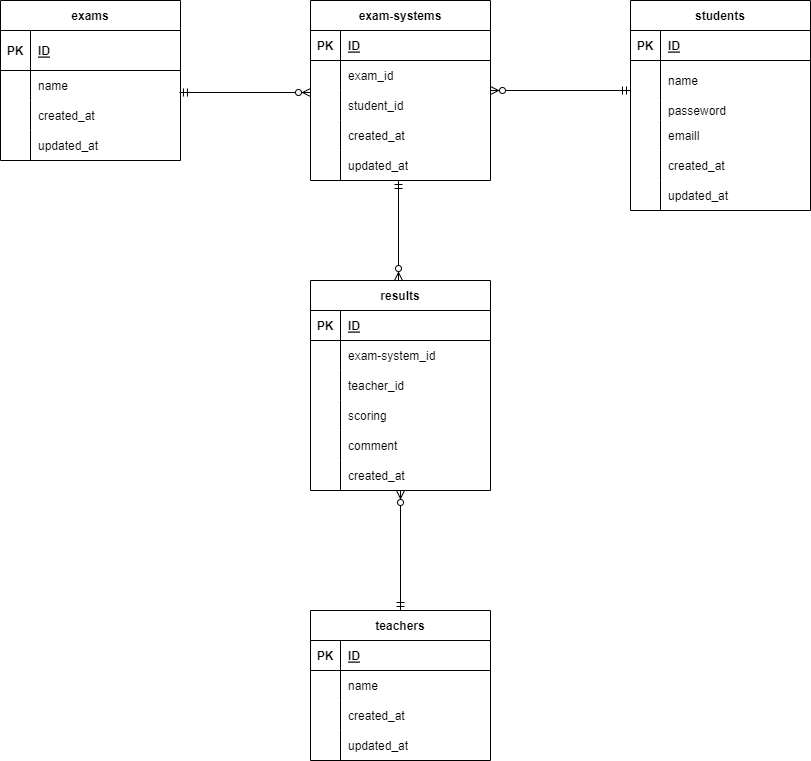
The draw.io diagram index.drawio.png in gaku25/ER-Task, before a commit. Source tidied: cells renumbered, new cells last; positions are measured from the earlier drawing's top-left corner, leaving out a move shared by most shapes. Source of this version:
```xml
<mxGraphModel>
  <root>
    <mxCell id="0" />
    <mxCell id="1" parent="0" />
    <mxCell id="2" value="students" style="shape=table;startSize=30;rowLines=0;fontStyle=1;align=center;" parent="1" vertex="1">
      <mxGeometry x="630" width="180" height="210" as="geometry" />
    </mxCell>
    <mxCell id="3" style="shape=tableRow;horizontal=0;startSize=0;swimlaneHead=0;swimlaneBody=0;fillColor=none;top=0;left=0;right=0;bottom=1;" parent="2" vertex="1">
      <mxGeometry y="30" width="180" height="30" as="geometry" />
    </mxCell>
    <mxCell id="4" value="PK" style="shape=partialRectangle;fillColor=none;top=0;left=0;bottom=0;right=0;fontStyle=1;overflow=hidden;" parent="3" vertex="1">
      <mxGeometry width="30" height="30" as="geometry" />
    </mxCell>
    <mxCell id="5" value="ID" style="shape=partialRectangle;fillColor=none;top=0;left=0;bottom=0;right=0;align=left;spacingLeft=6;fontStyle=5;overflow=hidden;" parent="3" vertex="1">
      <mxGeometry x="30" width="150" height="30" as="geometry" />
    </mxCell>
    <mxCell id="6" style="shape=tableRow;horizontal=0;startSize=0;swimlaneHead=0;swimlaneBody=0;fillColor=none;top=0;left=0;right=0;bottom=0;" parent="2" vertex="1">
      <mxGeometry y="60" width="180" height="40" as="geometry" />
    </mxCell>
    <mxCell id="7" style="shape=partialRectangle;fillColor=none;top=0;left=0;bottom=0;right=0;overflow=hidden;" parent="6" vertex="1">
      <mxGeometry width="30" height="40" as="geometry" />
    </mxCell>
    <mxCell id="8" value="name" style="shape=partialRectangle;fillColor=none;top=0;left=0;bottom=0;right=0;align=left;spacingLeft=6;overflow=hidden;" parent="6" vertex="1">
      <mxGeometry x="30" width="150" height="40" as="geometry" />
    </mxCell>
    <mxCell id="9" style="shape=tableRow;horizontal=0;startSize=0;swimlaneHead=0;swimlaneBody=0;fillColor=none;top=0;left=0;right=0;bottom=0;" parent="2" vertex="1">
      <mxGeometry y="100" width="180" height="20" as="geometry" />
    </mxCell>
    <mxCell id="10" style="shape=partialRectangle;fillColor=none;top=0;left=0;bottom=0;right=0;overflow=hidden;" parent="9" vertex="1">
      <mxGeometry width="30" height="20" as="geometry" />
    </mxCell>
    <mxCell id="11" value="passeword" style="shape=partialRectangle;fillColor=none;top=0;left=0;bottom=0;right=0;align=left;spacingLeft=6;overflow=hidden;" parent="9" vertex="1">
      <mxGeometry x="30" width="150" height="20" as="geometry" />
    </mxCell>
    <mxCell id="12" style="shape=tableRow;horizontal=0;startSize=0;swimlaneHead=0;swimlaneBody=0;fillColor=none;top=0;left=0;right=0;bottom=0;" parent="2" vertex="1">
      <mxGeometry y="120" width="180" height="30" as="geometry" />
    </mxCell>
    <mxCell id="13" style="shape=partialRectangle;fillColor=none;top=0;left=0;bottom=0;right=0;overflow=hidden;" parent="12" vertex="1">
      <mxGeometry width="30" height="30" as="geometry" />
    </mxCell>
    <mxCell id="14" value="emaill" style="shape=partialRectangle;fillColor=none;top=0;left=0;bottom=0;right=0;align=left;spacingLeft=6;overflow=hidden;" parent="12" vertex="1">
      <mxGeometry x="30" width="150" height="30" as="geometry" />
    </mxCell>
    <mxCell id="15" style="shape=tableRow;horizontal=0;startSize=0;swimlaneHead=0;swimlaneBody=0;fillColor=none;top=0;left=0;right=0;bottom=0;" parent="2" vertex="1">
      <mxGeometry y="150" width="180" height="30" as="geometry" />
    </mxCell>
    <mxCell id="16" style="shape=partialRectangle;fillColor=none;top=0;left=0;bottom=0;right=0;overflow=hidden;" parent="15" vertex="1">
      <mxGeometry width="30" height="30" as="geometry" />
    </mxCell>
    <mxCell id="17" value="created_at" style="shape=partialRectangle;fillColor=none;top=0;left=0;bottom=0;right=0;align=left;spacingLeft=6;overflow=hidden;" parent="15" vertex="1">
      <mxGeometry x="30" width="150" height="30" as="geometry" />
    </mxCell>
    <mxCell id="18" style="shape=tableRow;horizontal=0;startSize=0;swimlaneHead=0;swimlaneBody=0;fillColor=none;top=0;left=0;right=0;bottom=0;" parent="2" vertex="1">
      <mxGeometry y="180" width="180" height="30" as="geometry" />
    </mxCell>
    <mxCell id="19" style="shape=partialRectangle;fillColor=none;top=0;left=0;bottom=0;right=0;overflow=hidden;" parent="18" vertex="1">
      <mxGeometry width="30" height="30" as="geometry" />
    </mxCell>
    <mxCell id="20" value="updated_at" style="shape=partialRectangle;fillColor=none;top=0;left=0;bottom=0;right=0;align=left;spacingLeft=6;overflow=hidden;" parent="18" vertex="1">
      <mxGeometry x="30" width="150" height="30" as="geometry" />
    </mxCell>
    <mxCell id="21" value="exam-systems" style="shape=table;startSize=30;rowLines=0;fontStyle=1;align=center;" parent="1" vertex="1">
      <mxGeometry x="310" width="180" height="180" as="geometry" />
    </mxCell>
    <mxCell id="22" style="shape=tableRow;horizontal=0;startSize=0;swimlaneHead=0;swimlaneBody=0;fillColor=none;top=0;left=0;right=0;bottom=1;" parent="21" vertex="1">
      <mxGeometry y="30" width="180" height="30" as="geometry" />
    </mxCell>
    <mxCell id="23" value="PK" style="shape=partialRectangle;fillColor=none;top=0;left=0;bottom=0;right=0;fontStyle=1;overflow=hidden;" parent="22" vertex="1">
      <mxGeometry width="30" height="30" as="geometry" />
    </mxCell>
    <mxCell id="24" value="ID" style="shape=partialRectangle;fillColor=none;top=0;left=0;bottom=0;right=0;align=left;spacingLeft=6;fontStyle=5;overflow=hidden;" parent="22" vertex="1">
      <mxGeometry x="30" width="150" height="30" as="geometry" />
    </mxCell>
    <mxCell id="25" style="shape=tableRow;horizontal=0;startSize=0;swimlaneHead=0;swimlaneBody=0;fillColor=none;top=0;left=0;right=0;bottom=0;" parent="21" vertex="1">
      <mxGeometry y="60" width="180" height="30" as="geometry" />
    </mxCell>
    <mxCell id="26" style="shape=partialRectangle;fillColor=none;top=0;left=0;bottom=0;right=0;overflow=hidden;" parent="25" vertex="1">
      <mxGeometry width="30" height="30" as="geometry" />
    </mxCell>
    <mxCell id="27" value="exam_id" style="shape=partialRectangle;fillColor=none;top=0;left=0;bottom=0;right=0;align=left;spacingLeft=6;overflow=hidden;" parent="25" vertex="1">
      <mxGeometry x="30" width="150" height="30" as="geometry" />
    </mxCell>
    <mxCell id="28" style="shape=tableRow;horizontal=0;startSize=0;swimlaneHead=0;swimlaneBody=0;fillColor=none;top=0;left=0;right=0;bottom=0;" parent="21" vertex="1">
      <mxGeometry y="90" width="180" height="30" as="geometry" />
    </mxCell>
    <mxCell id="29" style="shape=partialRectangle;fillColor=none;top=0;left=0;bottom=0;right=0;overflow=hidden;" parent="28" vertex="1">
      <mxGeometry width="30" height="30" as="geometry" />
    </mxCell>
    <mxCell id="30" value="student_id" style="shape=partialRectangle;fillColor=none;top=0;left=0;bottom=0;right=0;align=left;spacingLeft=6;overflow=hidden;" parent="28" vertex="1">
      <mxGeometry x="30" width="150" height="30" as="geometry" />
    </mxCell>
    <mxCell id="31" style="shape=tableRow;horizontal=0;startSize=0;swimlaneHead=0;swimlaneBody=0;fillColor=none;top=0;left=0;right=0;bottom=0;" parent="21" vertex="1">
      <mxGeometry y="120" width="180" height="30" as="geometry" />
    </mxCell>
    <mxCell id="32" style="shape=partialRectangle;fillColor=none;top=0;left=0;bottom=0;right=0;overflow=hidden;" parent="31" vertex="1">
      <mxGeometry width="30" height="30" as="geometry" />
    </mxCell>
    <mxCell id="33" value="created_at" style="shape=partialRectangle;fillColor=none;top=0;left=0;bottom=0;right=0;align=left;spacingLeft=6;overflow=hidden;" parent="31" vertex="1">
      <mxGeometry x="30" width="150" height="30" as="geometry" />
    </mxCell>
    <mxCell id="34" style="shape=tableRow;horizontal=0;startSize=0;swimlaneHead=0;swimlaneBody=0;fillColor=none;top=0;left=0;right=0;bottom=0;" parent="21" vertex="1">
      <mxGeometry y="150" width="180" height="30" as="geometry" />
    </mxCell>
    <mxCell id="35" style="shape=partialRectangle;fillColor=none;top=0;left=0;bottom=0;right=0;overflow=hidden;" parent="34" vertex="1">
      <mxGeometry width="30" height="30" as="geometry" />
    </mxCell>
    <mxCell id="36" value="updated_at" style="shape=partialRectangle;fillColor=none;top=0;left=0;bottom=0;right=0;align=left;spacingLeft=6;overflow=hidden;" parent="34" vertex="1">
      <mxGeometry x="30" width="150" height="30" as="geometry" />
    </mxCell>
    <mxCell id="37" style="fontSize=12;html=1;endArrow=ERzeroToMany;startArrow=ERmandOne;exitX=0.994;exitY=0.733;exitDx=0;exitDy=0;exitPerimeter=0;" parent="1" edge="1" source="42">
      <mxGeometry relative="1" as="geometry">
        <mxPoint x="310" y="92" as="targetPoint" />
      </mxGeometry>
    </mxCell>
    <mxCell id="38" value="exams" style="shape=table;startSize=30;rowLines=0;fontStyle=1;align=center;" parent="1" vertex="1">
      <mxGeometry width="180" height="160" as="geometry" />
    </mxCell>
    <mxCell id="39" style="shape=tableRow;horizontal=0;startSize=0;swimlaneHead=0;swimlaneBody=0;fillColor=none;top=0;left=0;right=0;bottom=1;" parent="38" vertex="1">
      <mxGeometry y="30" width="180" height="40" as="geometry" />
    </mxCell>
    <mxCell id="40" value="PK" style="shape=partialRectangle;fillColor=none;top=0;left=0;bottom=0;right=0;fontStyle=1;overflow=hidden;" parent="39" vertex="1">
      <mxGeometry width="30" height="40" as="geometry" />
    </mxCell>
    <mxCell id="41" value="ID" style="shape=partialRectangle;fillColor=none;top=0;left=0;bottom=0;right=0;align=left;spacingLeft=6;fontStyle=5;overflow=hidden;" parent="39" vertex="1">
      <mxGeometry x="30" width="150" height="40" as="geometry" />
    </mxCell>
    <mxCell id="42" style="shape=tableRow;horizontal=0;startSize=0;swimlaneHead=0;swimlaneBody=0;fillColor=none;points=[[0,0.5],[1,0.5]];portConstraint=eastwest;top=0;left=0;right=0;bottom=0;" parent="38" vertex="1">
      <mxGeometry y="70" width="180" height="30" as="geometry" />
    </mxCell>
    <mxCell id="43" style="shape=partialRectangle;fillColor=none;top=0;left=0;bottom=0;right=0;overflow=hidden;" parent="42" vertex="1">
      <mxGeometry width="30" height="30" as="geometry" />
    </mxCell>
    <mxCell id="44" value="name" style="shape=partialRectangle;fillColor=none;top=0;left=0;bottom=0;right=0;align=left;spacingLeft=6;overflow=hidden;" parent="42" vertex="1">
      <mxGeometry x="30" width="150" height="30" as="geometry" />
    </mxCell>
    <mxCell id="45" style="shape=tableRow;horizontal=0;startSize=0;swimlaneHead=0;swimlaneBody=0;fillColor=none;top=0;left=0;right=0;bottom=0;" parent="38" vertex="1">
      <mxGeometry y="100" width="180" height="30" as="geometry" />
    </mxCell>
    <mxCell id="46" style="shape=partialRectangle;fillColor=none;top=0;left=0;bottom=0;right=0;overflow=hidden;" parent="45" vertex="1">
      <mxGeometry width="30" height="30" as="geometry" />
    </mxCell>
    <mxCell id="47" value="created_at" style="shape=partialRectangle;fillColor=none;top=0;left=0;bottom=0;right=0;align=left;spacingLeft=6;overflow=hidden;" parent="45" vertex="1">
      <mxGeometry x="30" width="150" height="30" as="geometry" />
    </mxCell>
    <mxCell id="48" style="shape=tableRow;horizontal=0;startSize=0;swimlaneHead=0;swimlaneBody=0;fillColor=none;top=0;left=0;right=0;bottom=0;" parent="38" vertex="1">
      <mxGeometry y="130" width="180" height="30" as="geometry" />
    </mxCell>
    <mxCell id="49" style="shape=partialRectangle;fillColor=none;top=0;left=0;bottom=0;right=0;overflow=hidden;" parent="48" vertex="1">
      <mxGeometry width="30" height="30" as="geometry" />
    </mxCell>
    <mxCell id="50" value="updated_at" style="shape=partialRectangle;fillColor=none;top=0;left=0;bottom=0;right=0;align=left;spacingLeft=6;overflow=hidden;" parent="48" vertex="1">
      <mxGeometry x="30" width="150" height="30" as="geometry" />
    </mxCell>
    <mxCell id="51" style="fontSize=12;html=1;endArrow=ERzeroToMany;startArrow=ERmandOne;" parent="1" edge="1">
      <mxGeometry relative="1" as="geometry">
        <mxPoint x="630" y="90" as="sourcePoint" />
        <mxPoint x="490" y="90" as="targetPoint" />
      </mxGeometry>
    </mxCell>
    <mxCell id="52" value="results" style="shape=table;startSize=30;rowLines=0;fontStyle=1;align=center;" parent="1" vertex="1">
      <mxGeometry x="310" y="280" width="180" height="210" as="geometry" />
    </mxCell>
    <mxCell id="53" style="shape=tableRow;horizontal=0;startSize=0;swimlaneHead=0;swimlaneBody=0;fillColor=none;top=0;left=0;right=0;bottom=1;" parent="52" vertex="1">
      <mxGeometry y="30" width="180" height="30" as="geometry" />
    </mxCell>
    <mxCell id="54" value="PK" style="shape=partialRectangle;fillColor=none;top=0;left=0;bottom=0;right=0;fontStyle=1;overflow=hidden;" parent="53" vertex="1">
      <mxGeometry width="30" height="30" as="geometry" />
    </mxCell>
    <mxCell id="55" value="ID" style="shape=partialRectangle;fillColor=none;top=0;left=0;bottom=0;right=0;align=left;spacingLeft=6;fontStyle=5;overflow=hidden;" parent="53" vertex="1">
      <mxGeometry x="30" width="150" height="30" as="geometry" />
    </mxCell>
    <mxCell id="56" style="shape=tableRow;horizontal=0;startSize=0;swimlaneHead=0;swimlaneBody=0;fillColor=none;top=0;left=0;right=0;bottom=0;" parent="52" vertex="1">
      <mxGeometry y="60" width="180" height="30" as="geometry" />
    </mxCell>
    <mxCell id="57" style="shape=partialRectangle;fillColor=none;top=0;left=0;bottom=0;right=0;overflow=hidden;" parent="56" vertex="1">
      <mxGeometry width="30" height="30" as="geometry" />
    </mxCell>
    <mxCell id="58" value="exam-system_id" style="shape=partialRectangle;fillColor=none;top=0;left=0;bottom=0;right=0;align=left;spacingLeft=6;overflow=hidden;" parent="56" vertex="1">
      <mxGeometry x="30" width="150" height="30" as="geometry" />
    </mxCell>
    <mxCell id="59" style="shape=tableRow;horizontal=0;startSize=0;swimlaneHead=0;swimlaneBody=0;fillColor=none;top=0;left=0;right=0;bottom=0;" parent="52" vertex="1">
      <mxGeometry y="90" width="180" height="30" as="geometry" />
    </mxCell>
    <mxCell id="60" style="shape=partialRectangle;fillColor=none;top=0;left=0;bottom=0;right=0;overflow=hidden;" parent="59" vertex="1">
      <mxGeometry width="30" height="30" as="geometry" />
    </mxCell>
    <mxCell id="61" value="teacher_id" style="shape=partialRectangle;fillColor=none;top=0;left=0;bottom=0;right=0;align=left;spacingLeft=6;overflow=hidden;" parent="59" vertex="1">
      <mxGeometry x="30" width="150" height="30" as="geometry" />
    </mxCell>
    <mxCell id="62" style="shape=tableRow;horizontal=0;startSize=0;swimlaneHead=0;swimlaneBody=0;fillColor=none;top=0;left=0;right=0;bottom=0;" parent="52" vertex="1">
      <mxGeometry y="120" width="180" height="30" as="geometry" />
    </mxCell>
    <mxCell id="63" style="shape=partialRectangle;fillColor=none;top=0;left=0;bottom=0;right=0;overflow=hidden;" parent="62" vertex="1">
      <mxGeometry width="30" height="30" as="geometry" />
    </mxCell>
    <mxCell id="64" value="scoring" style="shape=partialRectangle;fillColor=none;top=0;left=0;bottom=0;right=0;align=left;spacingLeft=6;overflow=hidden;" parent="62" vertex="1">
      <mxGeometry x="30" width="150" height="30" as="geometry" />
    </mxCell>
    <mxCell id="65" style="shape=tableRow;horizontal=0;startSize=0;swimlaneHead=0;swimlaneBody=0;fillColor=none;top=0;left=0;right=0;bottom=0;" parent="52" vertex="1">
      <mxGeometry y="150" width="180" height="30" as="geometry" />
    </mxCell>
    <mxCell id="66" style="shape=partialRectangle;fillColor=none;top=0;left=0;bottom=0;right=0;overflow=hidden;" parent="65" vertex="1">
      <mxGeometry width="30" height="30" as="geometry" />
    </mxCell>
    <mxCell id="67" value="comment" style="shape=partialRectangle;fillColor=none;top=0;left=0;bottom=0;right=0;align=left;spacingLeft=6;overflow=hidden;" parent="65" vertex="1">
      <mxGeometry x="30" width="150" height="30" as="geometry" />
    </mxCell>
    <mxCell id="68" style="shape=tableRow;horizontal=0;startSize=0;swimlaneHead=0;swimlaneBody=0;fillColor=none;top=0;left=0;right=0;bottom=0;" parent="52" vertex="1">
      <mxGeometry y="180" width="180" height="30" as="geometry" />
    </mxCell>
    <mxCell id="69" style="shape=partialRectangle;fillColor=none;top=0;left=0;bottom=0;right=0;overflow=hidden;" parent="68" vertex="1">
      <mxGeometry width="30" height="30" as="geometry" />
    </mxCell>
    <mxCell id="70" value="created_at" style="shape=partialRectangle;fillColor=none;top=0;left=0;bottom=0;right=0;align=left;spacingLeft=6;overflow=hidden;" parent="68" vertex="1">
      <mxGeometry x="30" width="150" height="30" as="geometry" />
    </mxCell>
    <mxCell id="71" style="fontSize=12;html=1;endArrow=ERzeroToMany;startArrow=ERmandOne;" parent="1" edge="1">
      <mxGeometry relative="1" as="geometry">
        <mxPoint x="398" y="180" as="sourcePoint" />
        <mxPoint x="398" y="280" as="targetPoint" />
      </mxGeometry>
    </mxCell>
    <mxCell id="72" value="teachers" style="shape=table;startSize=30;rowLines=0;fontStyle=1;align=center;" parent="1" vertex="1">
      <mxGeometry x="310" y="610" width="180" height="150" as="geometry" />
    </mxCell>
    <mxCell id="73" style="shape=tableRow;horizontal=0;startSize=0;swimlaneHead=0;swimlaneBody=0;fillColor=none;top=0;left=0;right=0;bottom=1;" parent="72" vertex="1">
      <mxGeometry y="30" width="180" height="30" as="geometry" />
    </mxCell>
    <mxCell id="74" value="PK" style="shape=partialRectangle;fillColor=none;top=0;left=0;bottom=0;right=0;fontStyle=1;overflow=hidden;" parent="73" vertex="1">
      <mxGeometry width="30" height="30" as="geometry" />
    </mxCell>
    <mxCell id="75" value="ID" style="shape=partialRectangle;fillColor=none;top=0;left=0;bottom=0;right=0;align=left;spacingLeft=6;fontStyle=5;overflow=hidden;" parent="73" vertex="1">
      <mxGeometry x="30" width="150" height="30" as="geometry" />
    </mxCell>
    <mxCell id="76" style="shape=tableRow;horizontal=0;startSize=0;swimlaneHead=0;swimlaneBody=0;fillColor=none;top=0;left=0;right=0;bottom=0;" parent="72" vertex="1">
      <mxGeometry y="60" width="180" height="30" as="geometry" />
    </mxCell>
    <mxCell id="77" style="shape=partialRectangle;fillColor=none;top=0;left=0;bottom=0;right=0;overflow=hidden;" parent="76" vertex="1">
      <mxGeometry width="30" height="30" as="geometry" />
    </mxCell>
    <mxCell id="78" value="name" style="shape=partialRectangle;fillColor=none;top=0;left=0;bottom=0;right=0;align=left;spacingLeft=6;overflow=hidden;" parent="76" vertex="1">
      <mxGeometry x="30" width="150" height="30" as="geometry" />
    </mxCell>
    <mxCell id="79" style="shape=tableRow;horizontal=0;startSize=0;swimlaneHead=0;swimlaneBody=0;fillColor=none;top=0;left=0;right=0;bottom=0;" parent="72" vertex="1">
      <mxGeometry y="90" width="180" height="30" as="geometry" />
    </mxCell>
    <mxCell id="80" style="shape=partialRectangle;fillColor=none;top=0;left=0;bottom=0;right=0;overflow=hidden;" parent="79" vertex="1">
      <mxGeometry width="30" height="30" as="geometry" />
    </mxCell>
    <mxCell id="81" value="created_at" style="shape=partialRectangle;fillColor=none;top=0;left=0;bottom=0;right=0;align=left;spacingLeft=6;overflow=hidden;" parent="79" vertex="1">
      <mxGeometry x="30" width="150" height="30" as="geometry" />
    </mxCell>
    <mxCell id="82" style="shape=tableRow;horizontal=0;startSize=0;swimlaneHead=0;swimlaneBody=0;fillColor=none;top=0;left=0;right=0;bottom=0;" parent="72" vertex="1">
      <mxGeometry y="120" width="180" height="30" as="geometry" />
    </mxCell>
    <mxCell id="83" style="shape=partialRectangle;fillColor=none;top=0;left=0;bottom=0;right=0;overflow=hidden;" parent="82" vertex="1">
      <mxGeometry width="30" height="30" as="geometry" />
    </mxCell>
    <mxCell id="84" value="updated_at" style="shape=partialRectangle;fillColor=none;top=0;left=0;bottom=0;right=0;align=left;spacingLeft=6;overflow=hidden;" parent="82" vertex="1">
      <mxGeometry x="30" width="150" height="30" as="geometry" />
    </mxCell>
    <mxCell id="85" style="fontSize=12;html=1;endArrow=ERzeroToMany;startArrow=ERmandOne;exitX=0.5;exitY=0;exitDx=0;exitDy=0;" parent="1" edge="1" source="72">
      <mxGeometry relative="1" as="geometry">
        <mxPoint x="400" y="490" as="targetPoint" />
      </mxGeometry>
    </mxCell>
  </root>
</mxGraphModel>
```
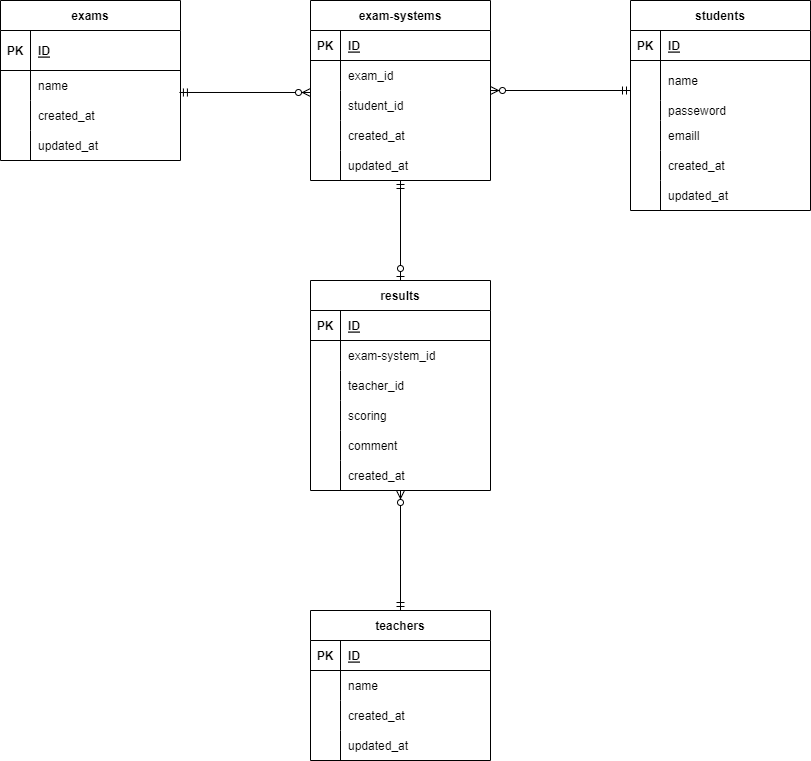
Later version of the same file.

The edit, as a diff of the source:
```diff
@@ -214,12 +214,6 @@
     <mxCell id="70" value="created_at" style="shape=partialRectangle;fillColor=none;top=0;left=0;bottom=0;right=0;align=left;spacingLeft=6;overflow=hidden;" parent="68" vertex="1">
       <mxGeometry x="30" width="150" height="30" as="geometry" />
     </mxCell>
-    <mxCell id="71" style="fontSize=12;html=1;endArrow=ERzeroToMany;startArrow=ERmandOne;" parent="1" edge="1">
-      <mxGeometry relative="1" as="geometry">
-        <mxPoint x="398" y="180" as="sourcePoint" />
-        <mxPoint x="398" y="280" as="targetPoint" />
-      </mxGeometry>
-    </mxCell>
     <mxCell id="72" value="teachers" style="shape=table;startSize=30;rowLines=0;fontStyle=1;align=center;" parent="1" vertex="1">
       <mxGeometry x="310" y="610" width="180" height="150" as="geometry" />
     </mxCell>
@@ -264,5 +258,10 @@
         <mxPoint x="400" y="490" as="targetPoint" />
       </mxGeometry>
     </mxCell>
+    <mxCell id="86" style="fontSize=12;html=1;endArrow=ERzeroToOne;startArrow=ERmandOne;entryX=0.5;entryY=0;entryDx=0;entryDy=0;" parent="1" edge="1" target="52">
+      <mxGeometry relative="1" as="geometry">
+        <mxPoint x="400" y="180" as="sourcePoint" />
+      </mxGeometry>
+    </mxCell>
   </root>
 </mxGraphModel>
```
